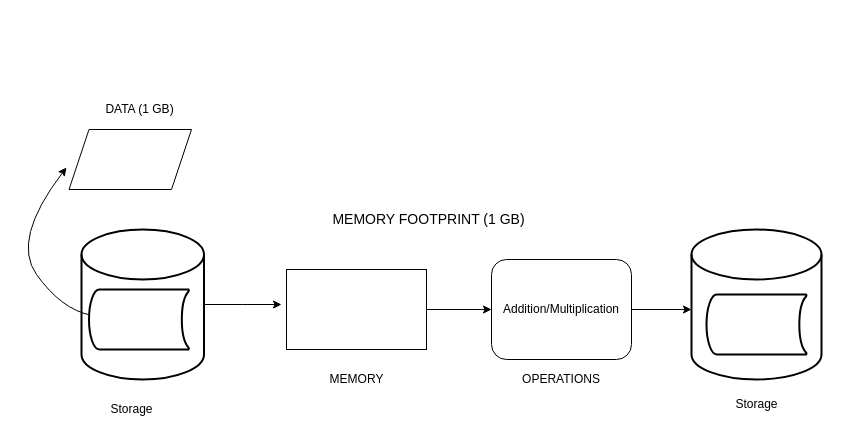
Before: page "Page-1" (1 of 2) of Untitled Diagram.drawio in kalyanbhetwal/thesis-drawings, a draw.io diagram. Source tidied: cells renumbered, new cells numbered last; positions are measured from the earlier drawing's top-left corner, leaving out a move shared by most shapes. Both pictures are drawn from the tidied source at 100%, with x=0, y=0 at pixel (11, 99).
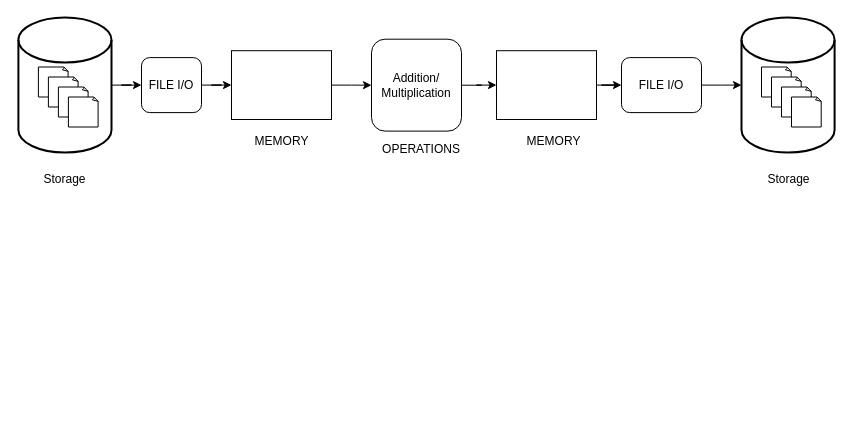
Above is the later version.

Diff of the diagram source:
```diff
@@
-    <mxCell id="2" style="edgeStyle=orthogonalEdgeStyle;rounded=0;jettySize=auto;html=1;" parent="1" edge="1" source="3">
-      <mxGeometry relative="1" as="geometry">
-        <mxPoint x="270" y="205" as="targetPoint" />
-      </mxGeometry>
-    </mxCell>
-    <mxCell id="3" style="strokeWidth=2;html=1;shape=mxgraph.flowchart.database;whiteSpace=wrap;" parent="1" vertex="1">
-      <mxGeometry x="70" y="130" width="122.5" height="150" as="geometry" />
-    </mxCell>
-    <mxCell id="4" style="curved=1;endArrow=classic;html=1;rounded=0;entryX=-0.042;entryY=0.867;entryDx=0;entryDy=0;entryPerimeter=0;" parent="1" edge="1">
-      <mxGeometry relative="1" as="geometry">
-        <mxPoint x="80" y="215.8" as="sourcePoint" />
-        <mxPoint x="55" y="68" as="targetPoint" />
-        <Array as="points">
-          <mxPoint x="50" y="210" />
-          <mxPoint y="140" />
-        </Array>
-      </mxGeometry>
-    </mxCell>
-    <mxCell id="5" style="edgeStyle=orthogonalEdgeStyle;rounded=0;jettySize=auto;html=1;entryX=0;entryY=0.5;entryDx=0;entryDy=0;" parent="1" edge="1" source="6">
-      <mxGeometry relative="1" as="geometry">
-        <mxPoint x="480" y="210" as="targetPoint" />
-      </mxGeometry>
-    </mxCell>
+    <mxCell id="19" style="edgeStyle=orthogonalEdgeStyle;rounded=0;jettySize=auto;html=1;" parent="1" edge="1" source="6" target="15">
+      <mxGeometry relative="1" as="geometry" />
+    </mxCell>
     <mxCell id="6" style="rounded=0;whiteSpace=wrap;html=1;" parent="1" vertex="1">
-      <mxGeometry x="275" y="170" width="140" height="80" as="geometry" />
+      <mxGeometry x="220" y="-48.8" width="100" height="68.8" as="geometry" />
     </mxCell>
-    <mxCell id="7" style="edgeStyle=orthogonalEdgeStyle;rounded=0;orthogonalLoop=1;jettySize=auto;html=1;exitX=1;exitY=0.5;exitDx=0;exitDy=0;" parent="1" edge="1">
-      <mxGeometry relative="1" as="geometry">
-        <mxPoint x="620" y="210" as="sourcePoint" />
-        <mxPoint x="680" y="210" as="targetPoint" />
-      </mxGeometry>
-    </mxCell>
-    <mxCell id="8" value="DATA (1 GB)" style="text;html=1;align=center;verticalAlign=middle;strokeColor=none;fillColor=none;" parent="1" vertex="1">
-      <mxGeometry x="87.5" width="80" height="20" as="geometry" />
-    </mxCell>
-    <mxCell id="9" value="Storage" style="text;html=1;align=center;verticalAlign=middle;strokeColor=none;fillColor=none;" parent="1" vertex="1">
-      <mxGeometry x="90" y="300" width="60" height="20" as="geometry" />
-    </mxCell>
     <mxCell id="10" value="MEMORY" style="text;html=1;align=center;verticalAlign=middle;strokeColor=none;fillColor=none;" parent="1" vertex="1">
-      <mxGeometry x="310" y="270" width="70" height="20" as="geometry" />
+      <mxGeometry x="235" y="31.6" width="70" height="20" as="geometry" />
     </mxCell>
     <mxCell id="11" value="OPERATIONS" style="text;html=1;strokeColor=none;fillColor=none;align=center;verticalAlign=middle;whiteSpace=wrap;rounded=0;" parent="1" vertex="1">
-      <mxGeometry x="520" y="265" width="60" height="30" as="geometry" />
+      <mxGeometry x="380" y="35" width="60" height="30" as="geometry" />
     </mxCell>
-    <mxCell id="12" style="strokeWidth=2;html=1;shape=mxgraph.flowchart.database;whiteSpace=wrap;" parent="1" vertex="1">
-      <mxGeometry x="680" y="130" width="130" height="150" as="geometry" />
-    </mxCell>
-    <mxCell id="13" value="&lt;font style=&quot;font-size: 14px;&quot;&gt;MEMORY FOOTPRINT (1 GB)&lt;/font&gt;" style="text;html=1;strokeColor=none;fillColor=none;align=center;verticalAlign=middle;whiteSpace=wrap;rounded=0;" parent="1" vertex="1">
-      <mxGeometry x="265" y="100" width="305" height="40" as="geometry" />
-    </mxCell>
-    <mxCell id="14" value="Storage" style="text;html=1;align=center;verticalAlign=middle;strokeColor=none;fillColor=none;" parent="1" vertex="1">
-      <mxGeometry x="715" y="295" width="60" height="20" as="geometry" />
-    </mxCell>
+    <mxCell id="20" style="edgeStyle=orthogonalEdgeStyle;rounded=0;jettySize=auto;html=1;" parent="1" edge="1" source="15" target="33">
+      <mxGeometry relative="1" as="geometry" />
+    </mxCell>
-    <mxCell id="15" value="Addition/Multiplication" style="rounded=1;whiteSpace=wrap;html=1;" parent="1" vertex="1">
-      <mxGeometry x="480" y="160" width="140" height="100" as="geometry" />
+    <mxCell id="15" value="Addition/&lt;br&gt;Multiplication" style="rounded=1;whiteSpace=wrap;html=1;" parent="1" vertex="1">
+      <mxGeometry x="360" y="-60.3" width="90" height="91.9" as="geometry" />
     </mxCell>
-    <mxCell id="16" style="strokeWidth=2;html=1;shape=mxgraph.flowchart.stored_data;whiteSpace=wrap;" parent="1" vertex="1">
-      <mxGeometry x="695" y="195" width="100" height="60" as="geometry" />
-    </mxCell>
-    <mxCell id="17" style="strokeWidth=2;html=1;shape=mxgraph.flowchart.stored_data;whiteSpace=wrap;" parent="1" vertex="1">
-      <mxGeometry x="77.5" y="190" width="100" height="60" as="geometry" />
-    </mxCell>
-    <mxCell id="18" style="shape=parallelogram;perimeter=parallelogramPerimeter;whiteSpace=wrap;html=1;fixedSize=1;" parent="1" vertex="1">
-      <mxGeometry x="57.5" y="30" width="122.5" height="60" as="geometry" />
-    </mxCell>
+    <mxCell id="21" style="edgeStyle=orthogonalEdgeStyle;rounded=0;jettySize=auto;html=1;" parent="1" edge="1" source="22" target="6">
+      <mxGeometry relative="1" as="geometry" />
+    </mxCell>
+    <mxCell id="22" value="FILE I/O" style="rounded=1;whiteSpace=wrap;html=1;" parent="1" vertex="1">
+      <mxGeometry x="130" y="-41.9" width="60" height="55" as="geometry" />
+    </mxCell>
+    <mxCell id="23" style="edgeStyle=orthogonalEdgeStyle;rounded=0;jettySize=auto;html=1;exitX=1;exitY=0.5;exitDx=0;exitDy=0;entryX=0;entryY=0.5;entryDx=0;entryDy=0;entryPerimeter=0;" parent="1" edge="1" source="24" target="34">
+      <mxGeometry relative="1" as="geometry" />
+    </mxCell>
+    <mxCell id="24" value="FILE I/O" style="rounded=1;whiteSpace=wrap;html=1;" parent="1" vertex="1">
+      <mxGeometry x="610" y="-41.9" width="80" height="55" as="geometry" />
+    </mxCell>
+    <mxCell id="25" value="MEMORY" style="text;html=1;align=center;verticalAlign=middle;strokeColor=none;fillColor=none;" parent="1" vertex="1">
+      <mxGeometry x="506.9" y="31.6" width="70" height="20" as="geometry" />
+    </mxCell>
+    <mxCell id="26" style="edgeStyle=orthogonalEdgeStyle;rounded=0;jettySize=auto;html=1;" parent="1" edge="1" source="27" target="22">
+      <mxGeometry relative="1" as="geometry" />
+    </mxCell>
+    <mxCell id="27" style="strokeWidth=2;html=1;shape=mxgraph.flowchart.database;whiteSpace=wrap;" parent="1" vertex="1">
+      <mxGeometry x="6.9" y="-81.9" width="93.1" height="135" as="geometry" />
+    </mxCell>
+    <mxCell id="28" style="whiteSpace=wrap;html=1;shape=mxgraph.basic.document;" parent="1" vertex="1">
+      <mxGeometry x="26.9" y="-32.5" width="30" height="30" as="geometry" />
+    </mxCell>
+    <mxCell id="29" style="whiteSpace=wrap;html=1;shape=mxgraph.basic.document;" parent="1" vertex="1">
+      <mxGeometry x="36.9" y="-22.5" width="30" height="30" as="geometry" />
+    </mxCell>
+    <mxCell id="30" style="whiteSpace=wrap;html=1;shape=mxgraph.basic.document;" parent="1" vertex="1">
+      <mxGeometry x="46.9" y="-12.5" width="30" height="30" as="geometry" />
+    </mxCell>
+    <mxCell id="31" style="whiteSpace=wrap;html=1;shape=mxgraph.basic.document;" parent="1" vertex="1">
+      <mxGeometry x="56.9" y="-2.5" width="30" height="30" as="geometry" />
+    </mxCell>
+    <mxCell id="32" style="edgeStyle=orthogonalEdgeStyle;rounded=0;jettySize=auto;html=1;" parent="1" edge="1" source="33" target="24">
+      <mxGeometry relative="1" as="geometry" />
+    </mxCell>
+    <mxCell id="33" style="rounded=0;whiteSpace=wrap;html=1;" parent="1" vertex="1">
+      <mxGeometry x="485" y="-48.8" width="100" height="68.8" as="geometry" />
+    </mxCell>
+    <mxCell id="34" style="strokeWidth=2;html=1;shape=mxgraph.flowchart.database;whiteSpace=wrap;" parent="1" vertex="1">
+      <mxGeometry x="730" y="-81.9" width="93.1" height="135" as="geometry" />
+    </mxCell>
+    <mxCell id="35" style="whiteSpace=wrap;html=1;shape=mxgraph.basic.document;" parent="1" vertex="1">
+      <mxGeometry x="750" y="-32.5" width="30" height="30" as="geometry" />
+    </mxCell>
+    <mxCell id="36" style="whiteSpace=wrap;html=1;shape=mxgraph.basic.document;" parent="1" vertex="1">
+      <mxGeometry x="760" y="-22.5" width="30" height="30" as="geometry" />
+    </mxCell>
+    <mxCell id="37" style="whiteSpace=wrap;html=1;shape=mxgraph.basic.document;" parent="1" vertex="1">
+      <mxGeometry x="770" y="-12.5" width="30" height="30" as="geometry" />
+    </mxCell>
+    <mxCell id="38" style="whiteSpace=wrap;html=1;shape=mxgraph.basic.document;" parent="1" vertex="1">
+      <mxGeometry x="780" y="-2.5" width="30" height="30" as="geometry" />
+    </mxCell>
+    <mxCell id="39" value="Storage" style="text;html=1;align=center;verticalAlign=middle;strokeColor=none;fillColor=none;" parent="1" vertex="1">
+      <mxGeometry x="18.4" y="65" width="70" height="30" as="geometry" />
+    </mxCell>
+    <mxCell id="40" value="Storage" style="text;html=1;align=center;verticalAlign=middle;strokeColor=none;fillColor=none;" parent="1" vertex="1">
+      <mxGeometry x="741.6" y="65" width="70" height="30" as="geometry" />
+    </mxCell>
```
